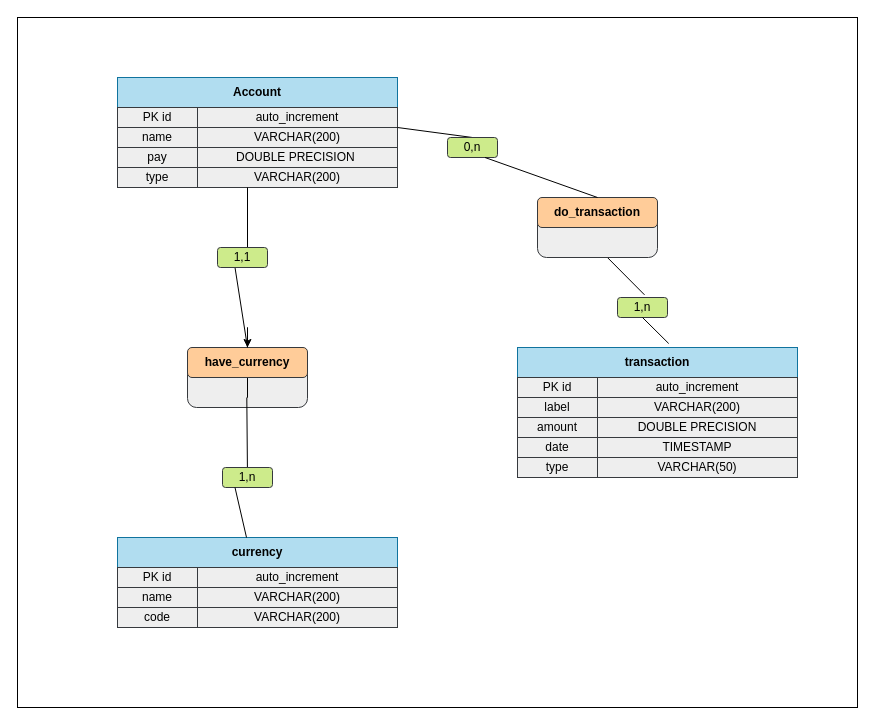
This is DB/MCD.drawio from Tiana-Finaritra/Wallet-H2, a draw.io file, before an edit. Source tidied: cells renumbered, new cells numbered last; positions are measured from the earlier drawing's top-left corner, leaving out a move shared by most shapes. Both pictures are drawn from the tidied source at 100%, with x=0, y=0 at pixel (17, 17).
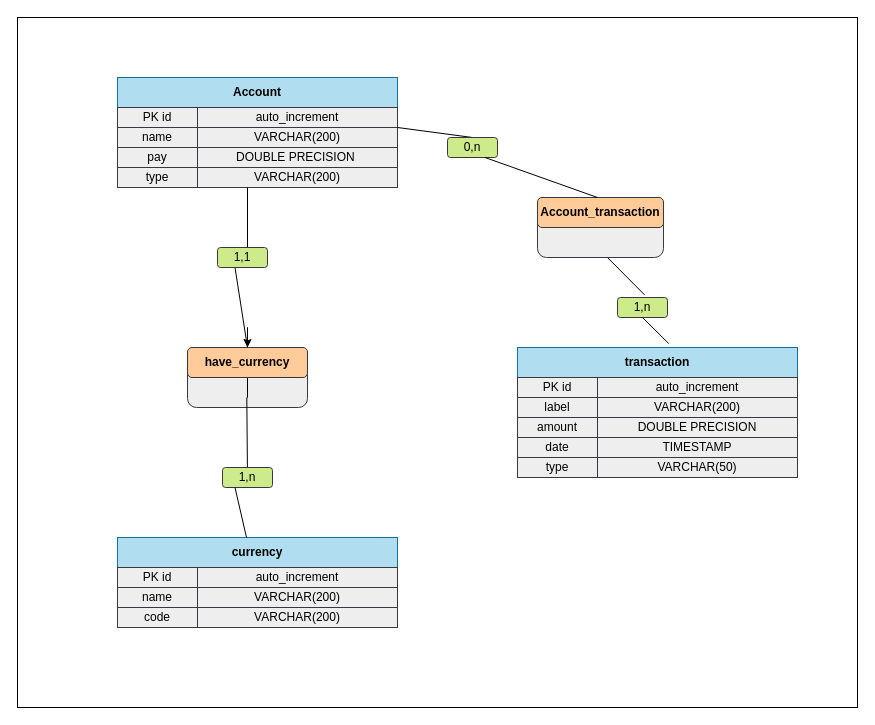
The same page after the edit.

What changed in the source:
```diff
@@
     <mxCell id="43" style="rounded=1;whiteSpace=wrap;html=1;fillColor=#eeeeee;strokeColor=#36393d;" parent="1" vertex="1">
-      <mxGeometry x="520" y="180" width="120" height="60" as="geometry" />
+      <mxGeometry x="520" y="180" width="126" height="60" as="geometry" />
     </mxCell>
-    <mxCell id="44" value="&lt;font color=&quot;#000000&quot;&gt;&lt;b&gt;do_transaction&lt;/b&gt;&lt;/font&gt;" style="rounded=1;whiteSpace=wrap;html=1;fillColor=#ffcc99;strokeColor=#36393d;" parent="1" vertex="1">
-      <mxGeometry x="520" y="180" width="120" height="30" as="geometry" />
+    <mxCell id="44" value="&lt;font color=&quot;#000000&quot;&gt;&lt;b&gt;Account_transaction&lt;/b&gt;&lt;/font&gt;" style="rounded=1;whiteSpace=wrap;html=1;fillColor=#ffcc99;strokeColor=#36393d;" parent="1" vertex="1">
+      <mxGeometry x="520" y="180" width="126" height="30" as="geometry" />
     </mxCell>
```
